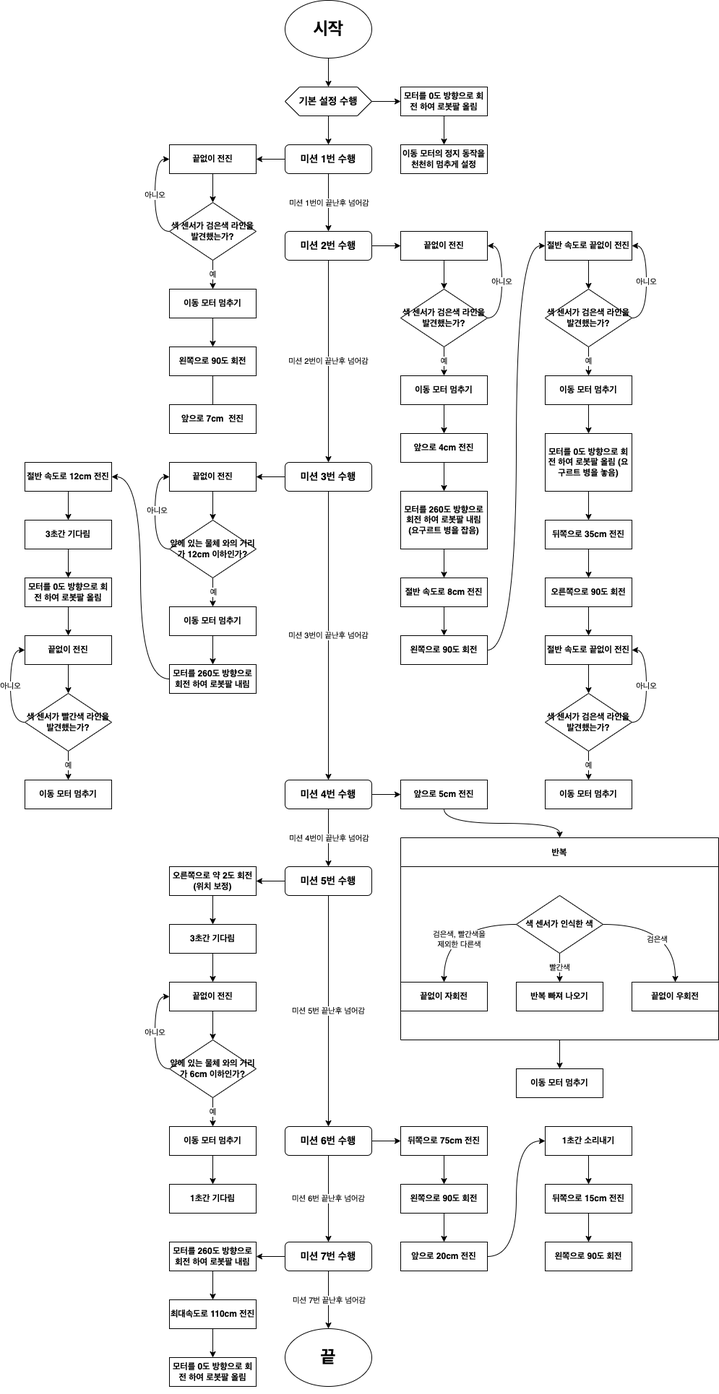
Before: Engineering/diagram.png, a diagram exported from draw.io (Work-Folio/Youth-Meta-Challenge). Source tidied: cells renumbered, new cells last; positions are measured from the earlier drawing's top-left corner, leaving out a move shared by most shapes.
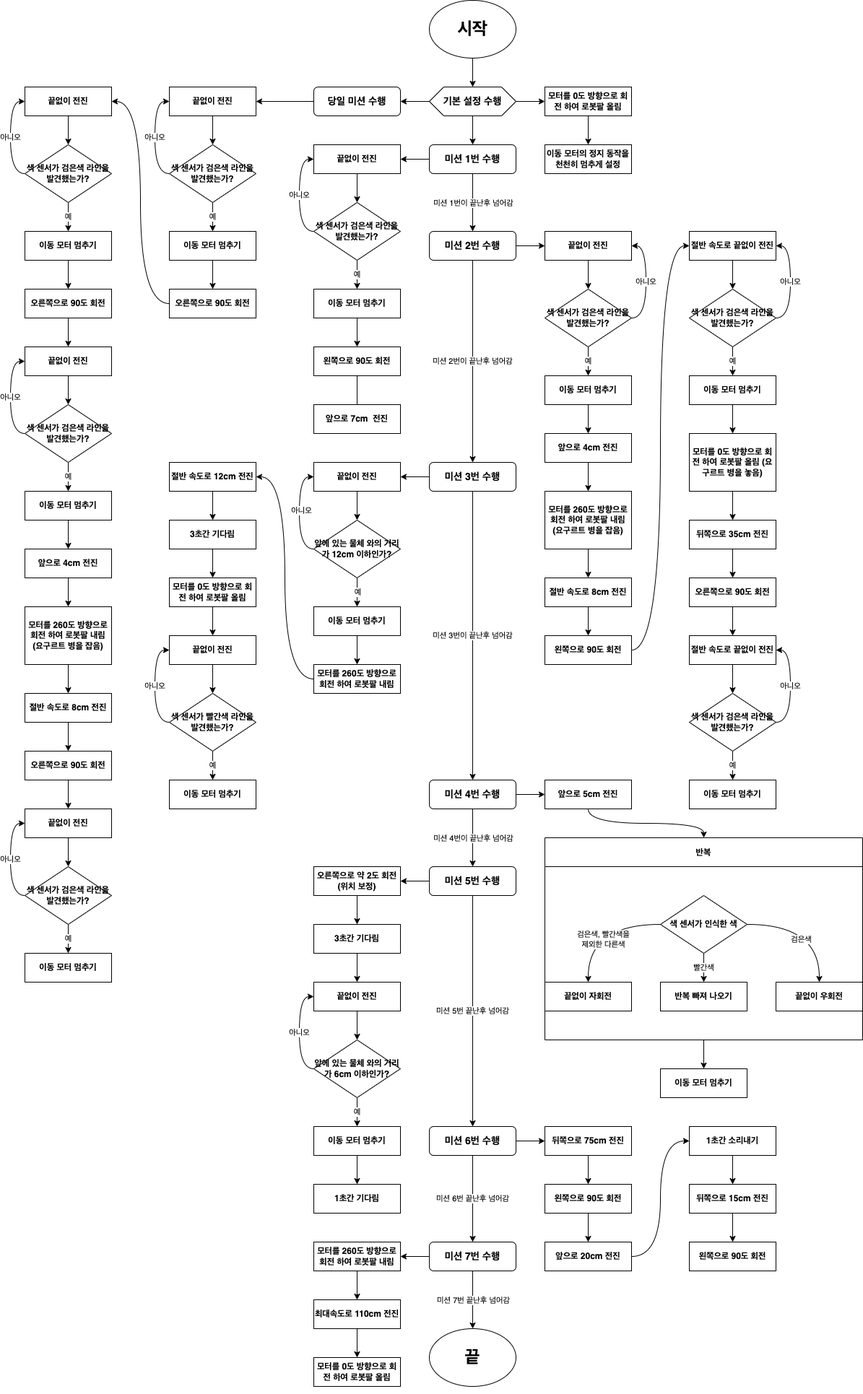
Later version of the same file.

Change to the diagram source:
```diff
@@ -313,6 +313,11 @@
     <mxCell id="97" style="edgeStyle=orthogonalEdgeStyle;curved=1;rounded=0;jettySize=auto;html=1;" parent="1" edge="1" source="98" target="26">
       <mxGeometry relative="1" as="geometry" />
     </mxCell>
+    <mxCell id="152" style="edgeStyle=orthogonalEdgeStyle;rounded=0;jettySize=auto;html=1;" parent="1" edge="1" source="98">
+      <mxGeometry relative="1" as="geometry">
+        <mxPoint x="320" y="140" as="targetPoint" />
+      </mxGeometry>
+    </mxCell>
     <mxCell id="98" value="&lt;h3&gt;기본 설정 수행&lt;/h3&gt;" style="shape=hexagon;perimeter=hexagonPerimeter2;whiteSpace=wrap;html=1;fixedSize=1;" parent="1" vertex="1">
       <mxGeometry x="360" y="120" width="120" height="40" as="geometry" />
     </mxCell>
@@ -487,5 +492,159 @@
     <mxCell id="151" value="&lt;h1&gt;끝&lt;/h1&gt;" style="ellipse;whiteSpace=wrap;html=1;" parent="1" vertex="1">
       <mxGeometry x="360" y="1840" width="120" height="80" as="geometry" />
     </mxCell>
+    <mxCell id="153" style="edgeStyle=orthogonalEdgeStyle;rounded=0;jettySize=auto;html=1;" parent="1" edge="1" source="154" target="160">
+      <mxGeometry relative="1" as="geometry" />
+    </mxCell>
+    <mxCell id="154" value="&lt;h3&gt;당일 미션 수행&lt;/h3&gt;" style="rounded=1;whiteSpace=wrap;html=1;" parent="1" vertex="1">
+      <mxGeometry x="200" y="120" width="120" height="40" as="geometry" />
+    </mxCell>
+    <mxCell id="155" style="edgeStyle=none;rounded=0;orthogonalLoop=1;jettySize=auto;html=1;exitX=0.5;exitY=1;exitDx=0;exitDy=0;" parent="1" edge="1">
+      <mxGeometry relative="1" as="geometry">
+        <mxPoint y="280" as="sourcePoint" />
+        <mxPoint y="280" as="targetPoint" />
+      </mxGeometry>
+    </mxCell>
+    <mxCell id="156" value="아니오" style="edgeStyle=orthogonalEdgeStyle;curved=1;rounded=0;jettySize=auto;html=1;exitX=0;exitY=0.5;exitDx=0;exitDy=0;entryX=0;entryY=0.5;entryDx=0;entryDy=0;" parent="1" edge="1" source="158" target="160">
+      <mxGeometry relative="1" as="geometry" />
+    </mxCell>
+    <mxCell id="157" value="예" style="edgeStyle=orthogonalEdgeStyle;curved=1;rounded=0;jettySize=auto;html=1;" parent="1" edge="1" source="158" target="162">
+      <mxGeometry relative="1" as="geometry" />
+    </mxCell>
+    <mxCell id="158" value="&lt;h4&gt;색 센서가 검은색 라인을 발견했는가?&lt;/h4&gt;" style="rhombus;whiteSpace=wrap;html=1;rounded=0;" parent="1" vertex="1">
+      <mxGeometry y="200" width="120" height="80" as="geometry" />
+    </mxCell>
+    <mxCell id="159" style="edgeStyle=orthogonalEdgeStyle;curved=1;rounded=0;jettySize=auto;html=1;" parent="1" edge="1" source="160" target="158">
+      <mxGeometry relative="1" as="geometry" />
+    </mxCell>
+    <mxCell id="160" value="&lt;h4&gt;끝없이 전진&lt;/h4&gt;" style="rounded=0;whiteSpace=wrap;html=1;" parent="1" vertex="1">
+      <mxGeometry y="120" width="120" height="40" as="geometry" />
+    </mxCell>
+    <mxCell id="161" style="edgeStyle=orthogonalEdgeStyle;rounded=0;jettySize=auto;html=1;" parent="1" edge="1" source="162" target="163">
+      <mxGeometry relative="1" as="geometry" />
+    </mxCell>
+    <mxCell id="162" value="&lt;h4&gt;이동 모터 멈추기&lt;/h4&gt;" style="rounded=0;whiteSpace=wrap;html=1;" parent="1" vertex="1">
+      <mxGeometry y="320" width="120" height="40" as="geometry" />
+    </mxCell>
+    <mxCell id="163" value="&lt;h4&gt;오른쪽으로 90도 회전&lt;/h4&gt;" style="rounded=0;whiteSpace=wrap;html=1;" parent="1" vertex="1">
+      <mxGeometry y="400" width="120" height="40" as="geometry" />
+    </mxCell>
+    <mxCell id="164" style="edgeStyle=none;rounded=0;orthogonalLoop=1;jettySize=auto;html=1;exitX=0.5;exitY=1;exitDx=0;exitDy=0;" parent="1" edge="1">
+      <mxGeometry relative="1" as="geometry">
+        <mxPoint x="-200" y="280" as="sourcePoint" />
+        <mxPoint x="-200" y="280" as="targetPoint" />
+      </mxGeometry>
+    </mxCell>
+    <mxCell id="165" value="아니오" style="edgeStyle=orthogonalEdgeStyle;curved=1;rounded=0;jettySize=auto;html=1;exitX=0;exitY=0.5;exitDx=0;exitDy=0;entryX=0;entryY=0.5;entryDx=0;entryDy=0;" parent="1" edge="1" source="167" target="169">
+      <mxGeometry relative="1" as="geometry" />
+    </mxCell>
+    <mxCell id="166" value="예" style="edgeStyle=orthogonalEdgeStyle;curved=1;rounded=0;jettySize=auto;html=1;" parent="1" edge="1" source="167" target="171">
+      <mxGeometry relative="1" as="geometry" />
+    </mxCell>
+    <mxCell id="167" value="&lt;h4&gt;색 센서가 검은색 라인을 발견했는가?&lt;/h4&gt;" style="rhombus;whiteSpace=wrap;html=1;rounded=0;" parent="1" vertex="1">
+      <mxGeometry x="-200" y="200" width="120" height="80" as="geometry" />
+    </mxCell>
+    <mxCell id="168" style="edgeStyle=orthogonalEdgeStyle;curved=1;rounded=0;jettySize=auto;html=1;" parent="1" edge="1" source="169" target="167">
+      <mxGeometry relative="1" as="geometry" />
+    </mxCell>
+    <mxCell id="169" value="&lt;h4&gt;끝없이 전진&lt;/h4&gt;" style="rounded=0;whiteSpace=wrap;html=1;" parent="1" vertex="1">
+      <mxGeometry x="-200" y="120" width="120" height="40" as="geometry" />
+    </mxCell>
+    <mxCell id="170" style="edgeStyle=orthogonalEdgeStyle;rounded=0;jettySize=auto;html=1;" parent="1" edge="1" source="171" target="173">
+      <mxGeometry relative="1" as="geometry" />
+    </mxCell>
+    <mxCell id="171" value="&lt;h4&gt;이동 모터 멈추기&lt;/h4&gt;" style="rounded=0;whiteSpace=wrap;html=1;" parent="1" vertex="1">
+      <mxGeometry x="-200" y="320" width="120" height="40" as="geometry" />
+    </mxCell>
+    <mxCell id="172" style="edgeStyle=orthogonalEdgeStyle;rounded=0;jettySize=auto;html=1;" parent="1" edge="1" source="173" target="180">
+      <mxGeometry relative="1" as="geometry" />
+    </mxCell>
+    <mxCell id="173" value="&lt;h4&gt;오른쪽으로 90도 회전&lt;/h4&gt;" style="rounded=0;whiteSpace=wrap;html=1;" parent="1" vertex="1">
+      <mxGeometry x="-200" y="400" width="120" height="40" as="geometry" />
+    </mxCell>
+    <mxCell id="174" style="edgeStyle=orthogonalEdgeStyle;curved=1;rounded=0;orthogonalLoop=1;jettySize=auto;html=1;exitX=0;exitY=0.5;exitDx=0;exitDy=0;entryX=1;entryY=0.5;entryDx=0;entryDy=0;" parent="1" edge="1">
+      <mxGeometry relative="1" as="geometry">
+        <mxPoint y="420" as="sourcePoint" />
+        <mxPoint x="-80" y="140" as="targetPoint" />
+        <Array as="points">
+          <mxPoint x="-40" y="420" />
+          <mxPoint x="-40" y="140" />
+        </Array>
+      </mxGeometry>
+    </mxCell>
+    <mxCell id="175" style="edgeStyle=none;rounded=0;orthogonalLoop=1;jettySize=auto;html=1;exitX=0.5;exitY=1;exitDx=0;exitDy=0;" parent="1" edge="1">
+      <mxGeometry relative="1" as="geometry">
+        <mxPoint x="-200" y="640" as="sourcePoint" />
+        <mxPoint x="-200" y="640" as="targetPoint" />
+      </mxGeometry>
+    </mxCell>
+    <mxCell id="176" value="아니오" style="edgeStyle=orthogonalEdgeStyle;curved=1;rounded=0;jettySize=auto;html=1;exitX=0;exitY=0.5;exitDx=0;exitDy=0;entryX=0;entryY=0.5;entryDx=0;entryDy=0;" parent="1" edge="1" source="178" target="180">
+      <mxGeometry relative="1" as="geometry" />
+    </mxCell>
+    <mxCell id="177" value="예" style="edgeStyle=orthogonalEdgeStyle;curved=1;rounded=0;jettySize=auto;html=1;" parent="1" edge="1" source="178" target="182">
+      <mxGeometry relative="1" as="geometry" />
+    </mxCell>
+    <mxCell id="178" value="&lt;h4&gt;색 센서가 검은색 라인을 발견했는가?&lt;/h4&gt;" style="rhombus;whiteSpace=wrap;html=1;rounded=0;" parent="1" vertex="1">
+      <mxGeometry x="-200" y="560" width="120" height="80" as="geometry" />
+    </mxCell>
+    <mxCell id="179" style="edgeStyle=orthogonalEdgeStyle;curved=1;rounded=0;jettySize=auto;html=1;" parent="1" edge="1" source="180" target="178">
+      <mxGeometry relative="1" as="geometry" />
+    </mxCell>
+    <mxCell id="180" value="&lt;h4&gt;끝없이 전진&lt;/h4&gt;" style="rounded=0;whiteSpace=wrap;html=1;" parent="1" vertex="1">
+      <mxGeometry x="-200" y="480" width="120" height="40" as="geometry" />
+    </mxCell>
+    <mxCell id="181" style="edgeStyle=orthogonalEdgeStyle;rounded=0;jettySize=auto;html=1;" parent="1" edge="1" source="182" target="184">
+      <mxGeometry relative="1" as="geometry" />
+    </mxCell>
+    <mxCell id="182" value="&lt;h4&gt;이동 모터 멈추기&lt;/h4&gt;" style="rounded=0;whiteSpace=wrap;html=1;" parent="1" vertex="1">
+      <mxGeometry x="-200" y="680" width="120" height="40" as="geometry" />
+    </mxCell>
+    <mxCell id="183" style="edgeStyle=none;rounded=0;jettySize=auto;html=1;" parent="1" edge="1" source="184" target="186">
+      <mxGeometry relative="1" as="geometry" />
+    </mxCell>
+    <mxCell id="184" value="&lt;h4&gt;앞으로 4cm 전진&lt;/h4&gt;" style="rounded=0;whiteSpace=wrap;html=1;" parent="1" vertex="1">
+      <mxGeometry x="-200" y="760" width="120" height="40" as="geometry" />
+    </mxCell>
+    <mxCell id="185" style="edgeStyle=none;rounded=0;jettySize=auto;html=1;" parent="1" edge="1" source="186" target="188">
+      <mxGeometry relative="1" as="geometry" />
+    </mxCell>
+    <mxCell id="186" value="&lt;h4&gt;모터를 260도 방향으로 회전 하여 로봇팔 내림 (요구르트 병을 잡음)&lt;/h4&gt;" style="rounded=0;whiteSpace=wrap;html=1;" parent="1" vertex="1">
+      <mxGeometry x="-200" y="840" width="120" height="80" as="geometry" />
+    </mxCell>
+    <mxCell id="187" style="edgeStyle=orthogonalEdgeStyle;rounded=0;jettySize=auto;html=1;" parent="1" edge="1" source="188" target="190">
+      <mxGeometry relative="1" as="geometry" />
+    </mxCell>
+    <mxCell id="188" value="&lt;h4&gt;절반 속도로 8cm 전진&lt;/h4&gt;" style="rounded=0;whiteSpace=wrap;html=1;" parent="1" vertex="1">
+      <mxGeometry x="-200" y="960" width="120" height="40" as="geometry" />
+    </mxCell>
+    <mxCell id="189" style="edgeStyle=orthogonalEdgeStyle;rounded=0;jettySize=auto;html=1;" parent="1" edge="1" source="190" target="196">
+      <mxGeometry relative="1" as="geometry" />
+    </mxCell>
+    <mxCell id="190" value="&lt;h4&gt;오른쪽으로 90도 회전&lt;/h4&gt;" style="rounded=0;whiteSpace=wrap;html=1;" parent="1" vertex="1">
+      <mxGeometry x="-200" y="1040" width="120" height="40" as="geometry" />
+    </mxCell>
+    <mxCell id="191" style="edgeStyle=none;rounded=0;orthogonalLoop=1;jettySize=auto;html=1;exitX=0.5;exitY=1;exitDx=0;exitDy=0;" parent="1" edge="1">
+      <mxGeometry relative="1" as="geometry">
+        <mxPoint x="-200" y="1280" as="sourcePoint" />
+        <mxPoint x="-200" y="1280" as="targetPoint" />
+      </mxGeometry>
+    </mxCell>
+    <mxCell id="192" value="아니오" style="edgeStyle=orthogonalEdgeStyle;curved=1;rounded=0;jettySize=auto;html=1;exitX=0;exitY=0.5;exitDx=0;exitDy=0;entryX=0;entryY=0.5;entryDx=0;entryDy=0;" parent="1" edge="1" source="194" target="196">
+      <mxGeometry relative="1" as="geometry" />
+    </mxCell>
+    <mxCell id="193" value="예" style="edgeStyle=orthogonalEdgeStyle;curved=1;rounded=0;jettySize=auto;html=1;" parent="1" edge="1" source="194" target="197">
+      <mxGeometry relative="1" as="geometry" />
+    </mxCell>
+    <mxCell id="194" value="&lt;h4&gt;색 센서가 검은색 라인을 발견했는가?&lt;/h4&gt;" style="rhombus;whiteSpace=wrap;html=1;rounded=0;" parent="1" vertex="1">
+      <mxGeometry x="-200" y="1200" width="120" height="80" as="geometry" />
+    </mxCell>
+    <mxCell id="195" style="edgeStyle=orthogonalEdgeStyle;curved=1;rounded=0;jettySize=auto;html=1;" parent="1" edge="1" source="196" target="194">
+      <mxGeometry relative="1" as="geometry" />
+    </mxCell>
+    <mxCell id="196" value="&lt;h4&gt;끝없이 전진&lt;/h4&gt;" style="rounded=0;whiteSpace=wrap;html=1;" parent="1" vertex="1">
+      <mxGeometry x="-200" y="1120" width="120" height="40" as="geometry" />
+    </mxCell>
+    <mxCell id="197" value="&lt;h4&gt;이동 모터 멈추기&lt;/h4&gt;" style="rounded=0;whiteSpace=wrap;html=1;" parent="1" vertex="1">
+      <mxGeometry x="-200" y="1320" width="120" height="40" as="geometry" />
+    </mxCell>
   </root>
 </mxGraphModel>
```
